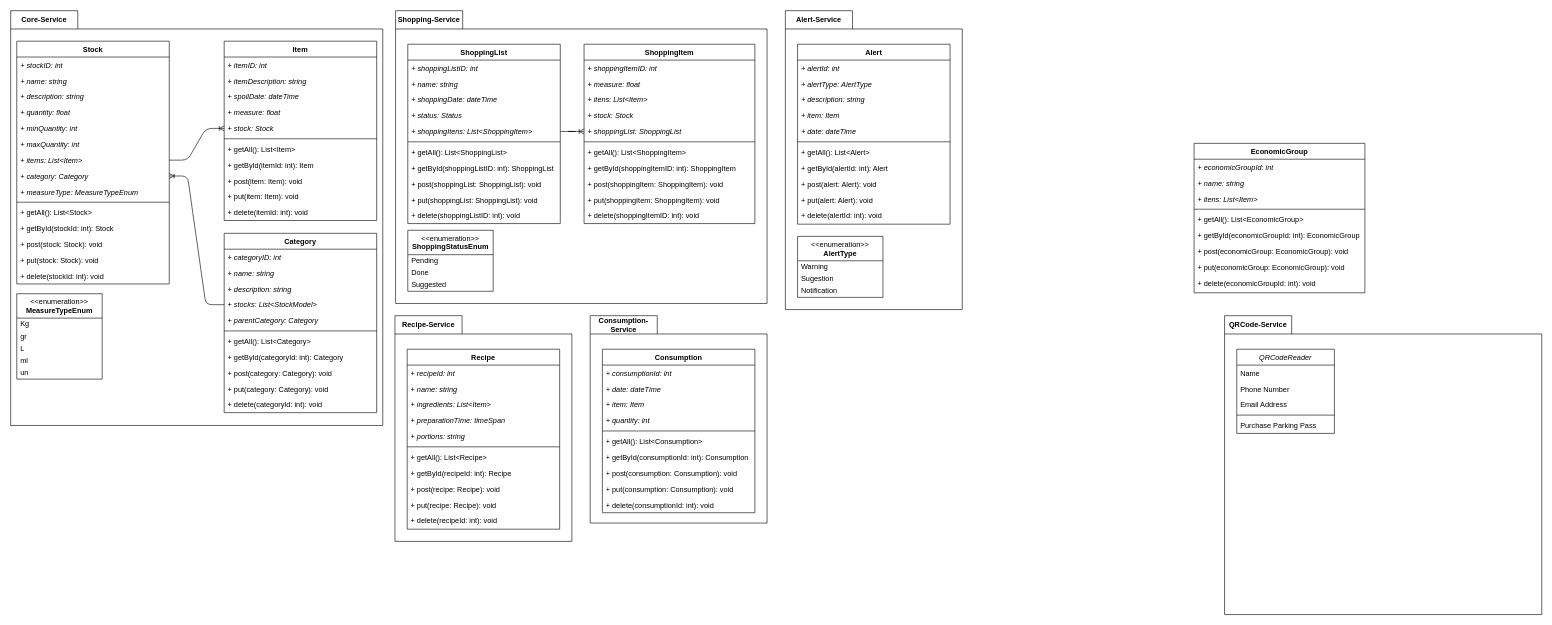
Contii/FoodStock keeps this draw.io diagram as FoodStock - Class Diagram.drawio. Above is the earlier version. Source tidied: cells renumbered, new cells numbered last; positions are measured from the earlier drawing's top-left corner, leaving out a move shared by most shapes. Both pictures are drawn from the tidied source at 61%, with x=0, y=0 at pixel (10, 10).
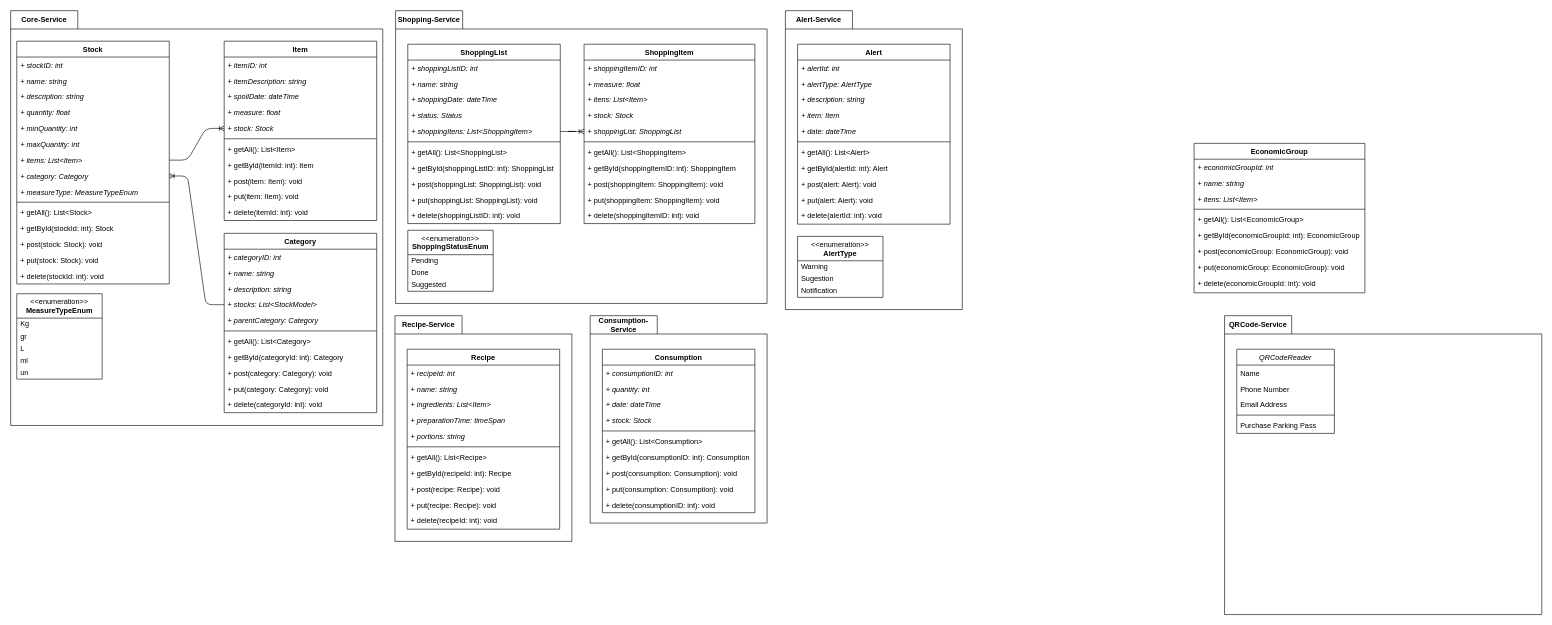
Above is the later version.

Commit message (it also covers changes not shown here):
Consumption controller and UML update.

Unchanged cells that the change refers to:
```xml
<mxCell id="95" value="Consumption" style="swimlane;fontStyle=1;align=center;verticalAlign=top;horizontal=1;startSize=26;rounded=0;shadow=0;strokeWidth=1;" parent="94" vertex="1">
  <mxGeometry x="20" y="55" width="250" height="268" as="geometry" />
</mxCell>
```

The edit, as a diff of the source:
```diff
@@
-    <mxCell id="96" value="+ consumptionId: int" style="text;strokeColor=none;fillColor=none;align=left;verticalAlign=top;spacingLeft=4;spacingRight=4;overflow=hidden;fontStyle=2;" parent="95" vertex="1">
+    <mxCell id="96" value="+ consumptionID: int" style="text;strokeColor=none;fillColor=none;align=left;verticalAlign=top;spacingLeft=4;spacingRight=4;overflow=hidden;fontStyle=2;" parent="95" vertex="1">
       <mxGeometry y="26" width="250" height="26" as="geometry" />
     </mxCell>
+    <mxCell id="99" value="+ quantity: int" style="text;strokeColor=none;fillColor=none;align=left;verticalAlign=top;spacingLeft=4;spacingRight=4;overflow=hidden;fontStyle=2;" parent="95" vertex="1">
+      <mxGeometry y="52" width="250" height="26" as="geometry" />
+    </mxCell>
     <mxCell id="97" value="+ date: dateTime" style="text;strokeColor=none;fillColor=none;align=left;verticalAlign=top;spacingLeft=4;spacingRight=4;overflow=hidden;fontStyle=2;" parent="95" vertex="1">
-      <mxGeometry y="52" width="250" height="26" as="geometry" />
+      <mxGeometry y="78" width="250" height="26" as="geometry" />
     </mxCell>
-    <mxCell id="98" value="+ item: Item" style="text;strokeColor=none;fillColor=none;align=left;verticalAlign=top;spacingLeft=4;spacingRight=4;overflow=hidden;fontStyle=2;" parent="95" vertex="1">
-      <mxGeometry y="78" width="250" height="26" as="geometry" />
+    <mxCell id="98" value="+ stock: Stock" style="text;strokeColor=none;fillColor=none;align=left;verticalAlign=top;spacingLeft=4;spacingRight=4;overflow=hidden;fontStyle=2;" parent="95" vertex="1">
+      <mxGeometry y="104" width="250" height="26" as="geometry" />
     </mxCell>
-    <mxCell id="99" value="+ quantity: int" style="text;strokeColor=none;fillColor=none;align=left;verticalAlign=top;spacingLeft=4;spacingRight=4;overflow=hidden;fontStyle=2;" parent="95" vertex="1">
-      <mxGeometry y="104" width="250" height="26" as="geometry" />
-    </mxCell>
@@
-    <mxCell id="102" value="+ getById(consumptionId: int): Consumption" style="text;strokeColor=none;fillColor=none;align=left;verticalAlign=top;spacingLeft=4;spacingRight=4;overflow=hidden;" parent="95" vertex="1">
+    <mxCell id="102" value="+ getById(consumptionID: int): Consumption" style="text;strokeColor=none;fillColor=none;align=left;verticalAlign=top;spacingLeft=4;spacingRight=4;overflow=hidden;" parent="95" vertex="1">
       <mxGeometry y="164" width="250" height="26" as="geometry" />
     </mxCell>
@@
-    <mxCell id="105" value="+ delete(consumptionId: int): void" style="text;strokeColor=none;fillColor=none;align=left;verticalAlign=top;spacingLeft=4;spacingRight=4;overflow=hidden;" parent="95" vertex="1">
+    <mxCell id="105" value="+ delete(consumptionID: int): void" style="text;strokeColor=none;fillColor=none;align=left;verticalAlign=top;spacingLeft=4;spacingRight=4;overflow=hidden;" parent="95" vertex="1">
       <mxGeometry y="242" width="250" height="26" as="geometry" />
     </mxCell>
```
